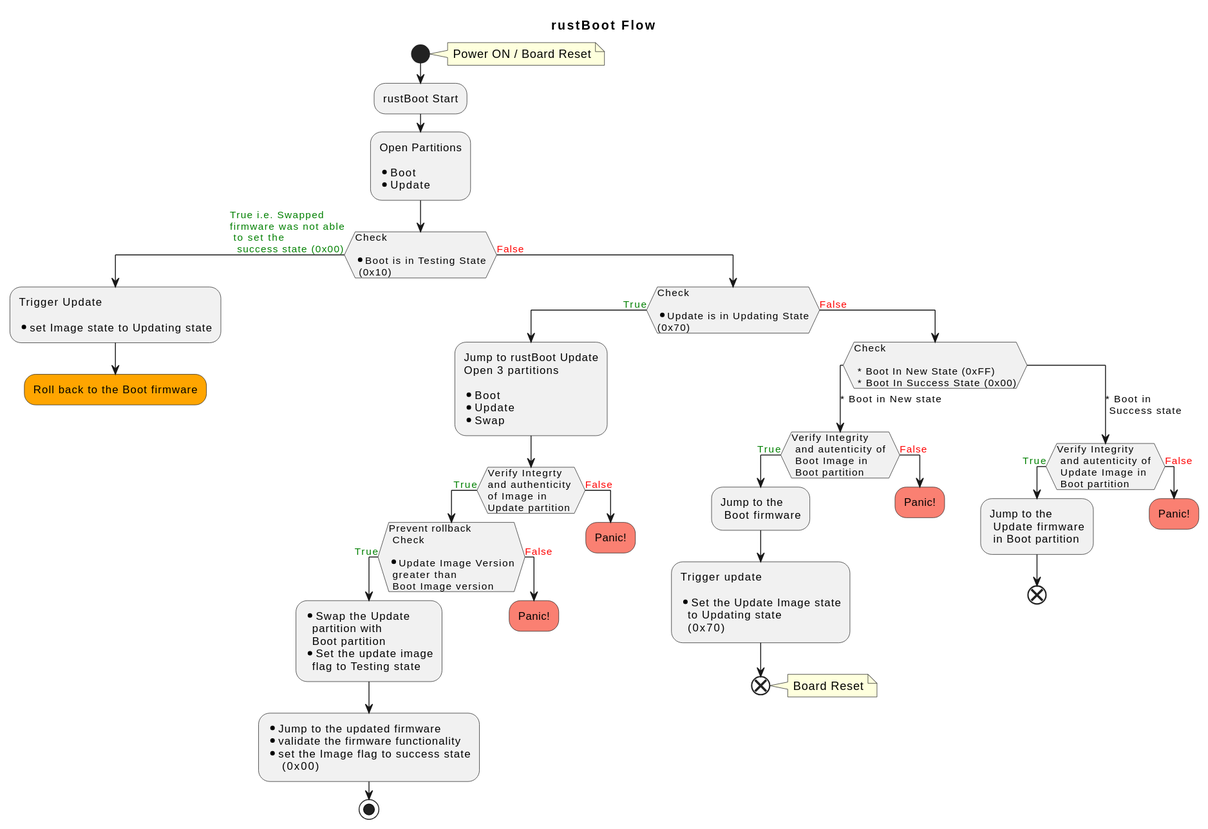
This is rustBoot_State_Diagram.svg from UdayakumarHidakal/RustBoot-state-diagrams, a PlantUML export, as it was before one commit.
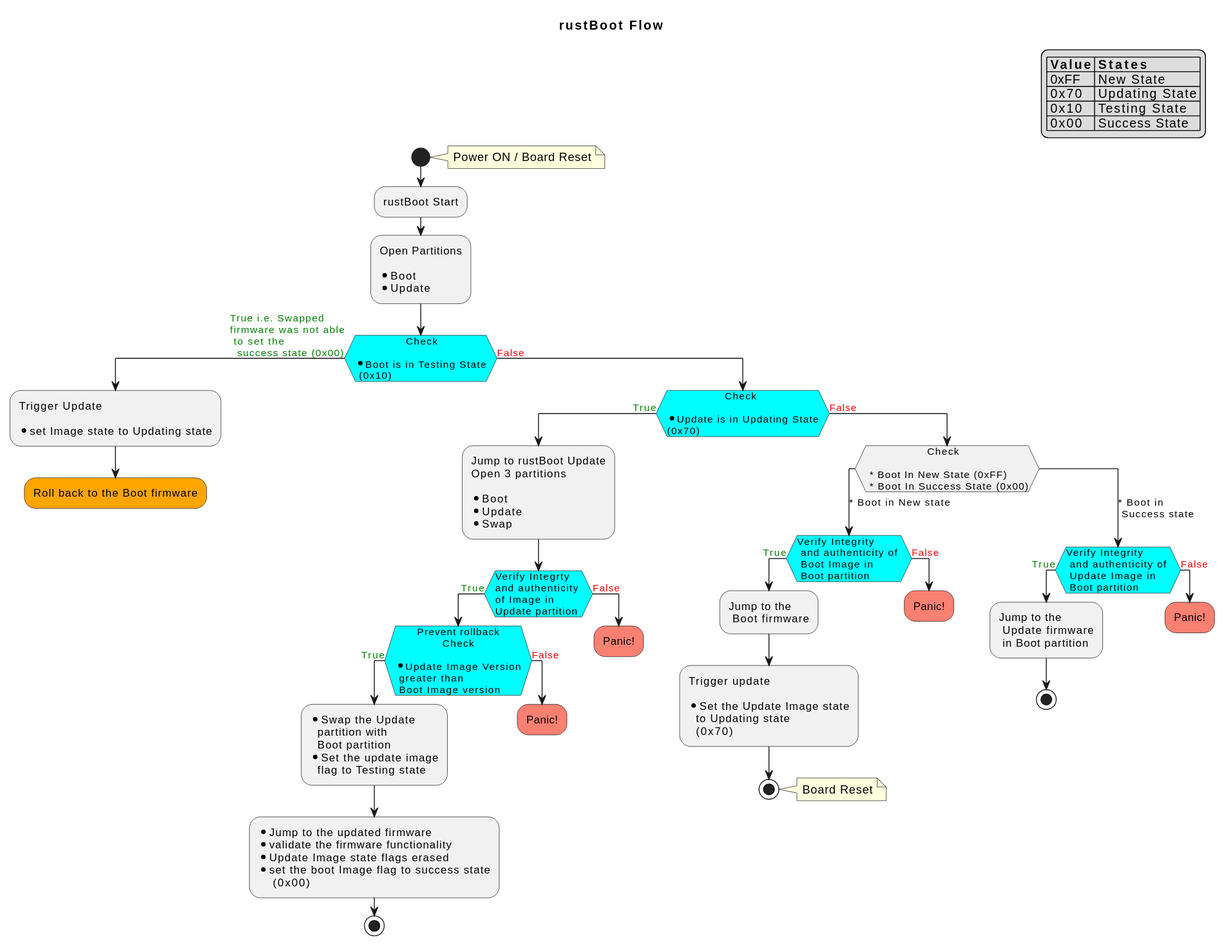
The same file after the commit.

Commit message:
Changes related to the comments

The edit, as a diff of the source:
```diff
@@ -1,8 +1,5 @@
 @startuml
 title rustBoot Flow
-
-
-
 
 start
 note right: Power ON / Board Reset
@@ -14,7 +11,7 @@
   * Boot
   * Update ;
 
-if (Check
+#aqua:if (              Check
 
 * Boot is in Testing State \n (0x10)) then (<color:green>True i.e. Swapped \n<color:green>firmware was not able\n <color:green>to set the \n <color:green> success state (0x00))
   :Trigger Update
@@ -23,7 +20,7 @@
   #Orange:Roll back to the Boot firmware;
   kill
 else (<color:red>False)
-  if (Check
+  #aqua:if (                Check
 
 * Update is in Updating State\n(0x70)) then (<color:green>True);
     :Jump to rustBoot Update
@@ -32,8 +29,8 @@
     * Boot
     * Update
     * Swap;
-    if (Verify Integrty \nand authenticity \nof Image in \nUpdate partition) then (<color:green>True)
-      if (Prevent rollback \n Check
+    #aqua:if (Verify Integrty \nand authenticity \nof Image in \nUpdate partition) then (<color:green>True)
+      #aqua:if (      Prevent rollback \n             Check
 
 * Update Image Version \n greater than \n Boot Image version) then (<color:green>True)
         :* Swap the Update
@@ -43,7 +40,8 @@
           flag to Testing state;
         :* Jump to the updated firmware
         * validate the firmware functionality
-        * set the Image flag to success state
+        * Update Image state flags erased
+        * set the boot Image flag to success state
             (0x00);
         stop
       else(<color:red>False)
@@ -55,26 +53,36 @@
       kill
     endif
   else (<color:red>False)
-    switch(Check \n\n * Boot In New State (0xFF)\n * Boot In Success State (0x00))
+    switch(                 Check \n\n * Boot In New State (0xFF)\n * Boot In Success State (0x00))
     case (* Boot in New state)
-      if (Verify Integrity \n and autenticity of \n Boot Image in \n Boot partition) then (<color:green>True)
+      #aqua:if (Verify Integrity \n and authenticity of \n Boot Image in \n Boot partition) then (<color:green>True)
         :Jump to the\n Boot firmware;
           :Trigger update
 
         * Set the Update Image state
           to Updating state
           (0x70);
-        end
-        note right: Board Reset
+        stop
+         note right: Board Reset
+
       else (<color:red>False)
         #Salmon:Panic!;
         kill
       endif
     case (* Boot in \n Success state)
-      if (Verify Integrity \n and autenticity of \n Update Image in \n Boot partition) then (<color:green>True)
+      #aqua:if (Verify Integrity \n and authenticity of \n Update Image in \n Boot partition) then (<color:green>True)
         :Jump to the \n Update firmware\n in Boot partition;
-        end
+        stop
       else (<color:red>False)
         #Salmon:Panic!;
         kill
+
+
+legend top right
+    | **Value** | **States** |
+    | 0xFF  | New State |
+    | 0x70  | Updating State |
+    | 0x10  | Testing State |
+    | 0x00  | Success State |
+endlegend
 @enduml
```
